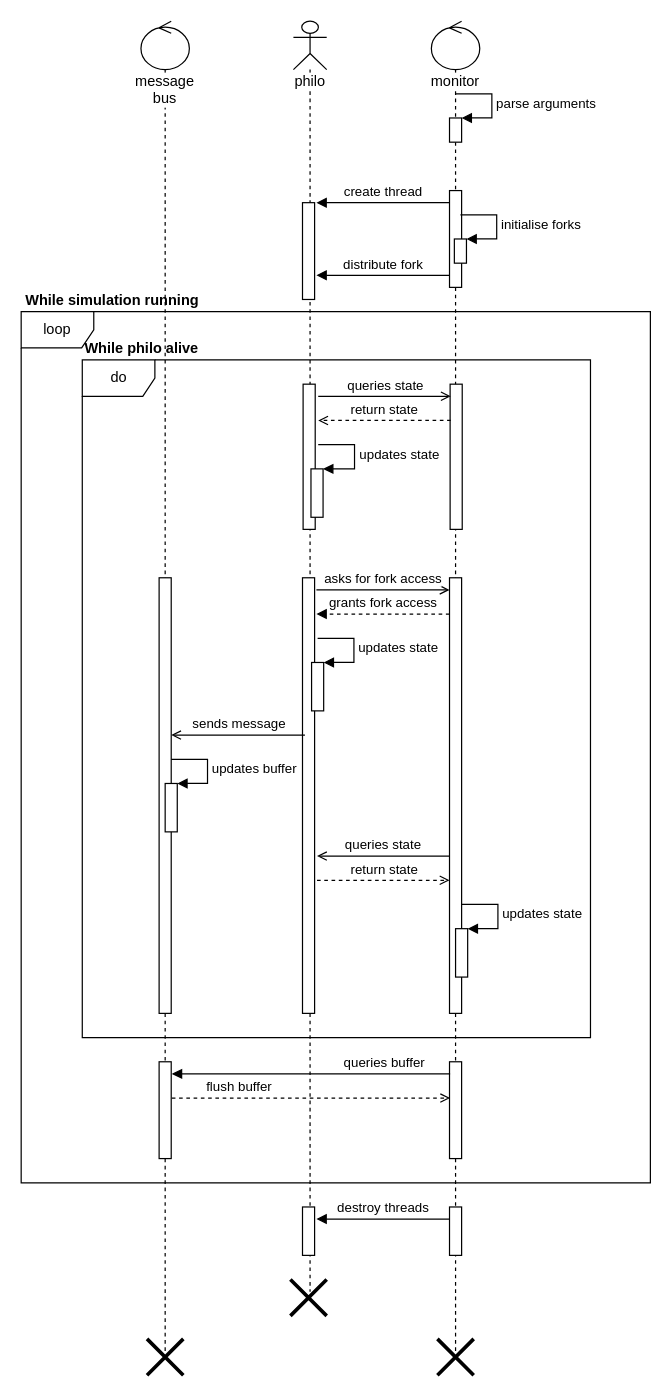
Before: philo/philo_sequence_diagram.drawio in Trantorian1/philo, a draw.io diagram. Source tidied: cells renumbered, new cells numbered last; positions are measured from the earlier drawing's top-left corner, leaving out a move shared by most shapes. Both pictures are drawn from the tidied source at 121%, with x=0, y=0 at pixel (21, 21).
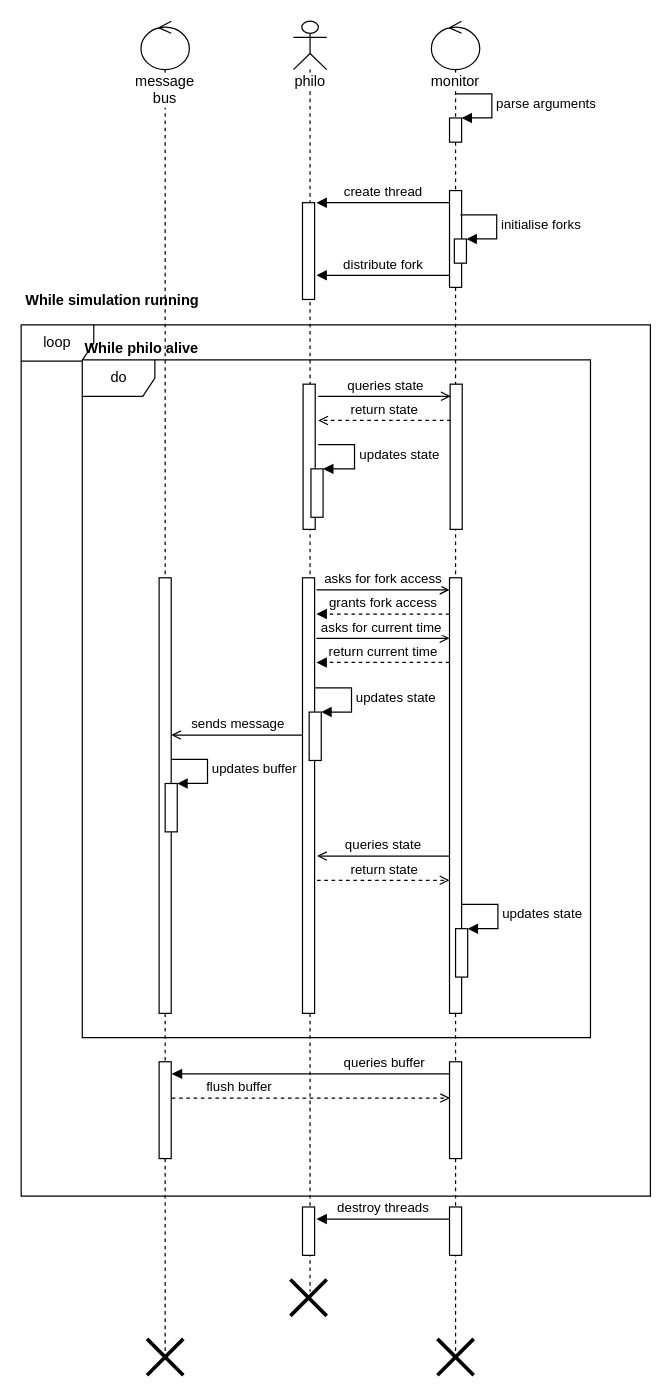
The same page after the edit.

Commit message (it also covers changes not shown here):
feat(UML): udpated sequence diagram

Unchanged cells that the change refers to:
```xml
<mxCell id="25" style="html=1;points=[];perimeter=orthogonalPerimeter;labelBackgroundColor=default;" parent="23" vertex="1">
  <mxGeometry x="7.5" y="460" width="10" height="360" as="geometry" />
</mxCell>
```

What changed in the source:
```diff
@@
     <mxCell id="3" value="loop" style="shape=umlFrame;whiteSpace=wrap;html=1;" parent="1" vertex="1">
-      <mxGeometry y="240" width="520" height="720" as="geometry" />
+      <mxGeometry y="251" width="520" height="720" as="geometry" />
     </mxCell>
@@
     <mxCell id="33" style="html=1;points=[];perimeter=orthogonalPerimeter;" parent="1" vertex="1">
-      <mxGeometry x="240" y="530" width="10" height="40" as="geometry" />
+      <mxGeometry x="238" y="571" width="10" height="40" as="geometry" />
     </mxCell>
     <mxCell id="34" value="updates state" style="edgeStyle=orthogonalEdgeStyle;html=1;align=left;spacingLeft=2;endArrow=block;rounded=0;entryX=1;entryY=0;" parent="1" edge="1" target="33">
       <mxGeometry relative="1" as="geometry">
-        <mxPoint x="245" y="510" as="sourcePoint" />
+        <mxPoint x="243" y="551" as="sourcePoint" />
         <Array as="points">
-          <mxPoint x="275" y="510" />
+          <mxPoint x="273" y="551" />
         </Array>
       </mxGeometry>
     </mxCell>
@@
-    <mxCell id="37" value="sends message" style="html=1;verticalAlign=bottom;endArrow=open;rounded=0;endFill=0;" parent="1" edge="1">
+    <mxCell id="37" value="sends message" style="html=1;verticalAlign=bottom;endArrow=open;rounded=0;endFill=0;" parent="1" edge="1" source="25">
       <mxGeometry relative="1" as="geometry">
-        <mxPoint x="234.5" y="590" as="sourcePoint" />
         <mxPoint x="124" y="590" as="targetPoint" />
       </mxGeometry>
     </mxCell>
@@
+    <mxCell id="47" value="asks for current time&amp;nbsp;" style="html=1;verticalAlign=bottom;endArrow=open;rounded=0;endFill=0;" parent="1" edge="1">
+      <mxGeometry relative="1" as="geometry">
+        <mxPoint x="244" y="510" as="sourcePoint" />
+        <mxPoint x="354" y="510" as="targetPoint" />
+      </mxGeometry>
+    </mxCell>
+    <mxCell id="48" value="return current time" style="html=1;verticalAlign=bottom;endArrow=block;rounded=0;endFill=1;dashed=1;" parent="1" edge="1">
+      <mxGeometry relative="1" as="geometry">
+        <mxPoint x="354" y="530" as="sourcePoint" />
+        <mxPoint x="244" y="530" as="targetPoint" />
+      </mxGeometry>
+    </mxCell>
```
